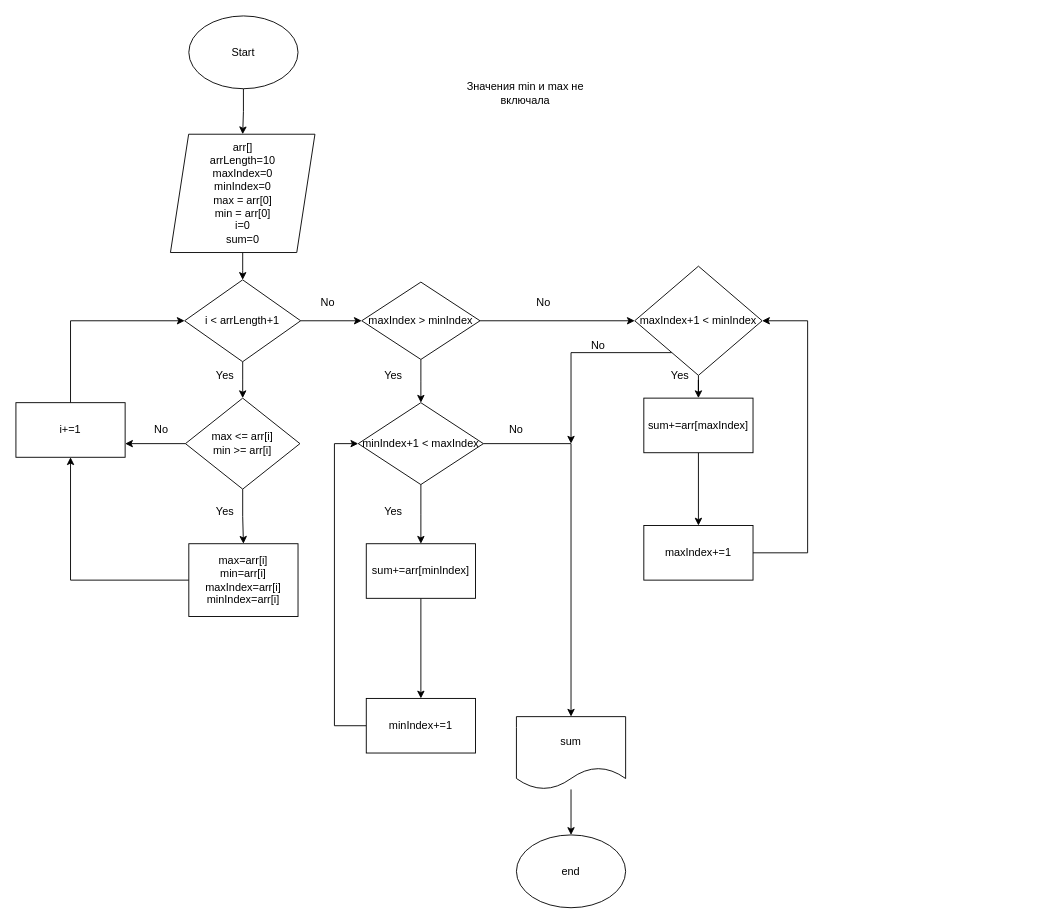
Earlier version of the draw.io diagram page "sum between" (2 of 3) of sum between max and min.drawio (Dioneer/Flowcharts). Source tidied: cells renumbered, new cells numbered last; positions are measured from the earlier drawing's top-left corner, leaving out a move shared by most shapes. Both pictures are drawn from the tidied source at 91%, with x=0, y=0 at pixel (15, 15).
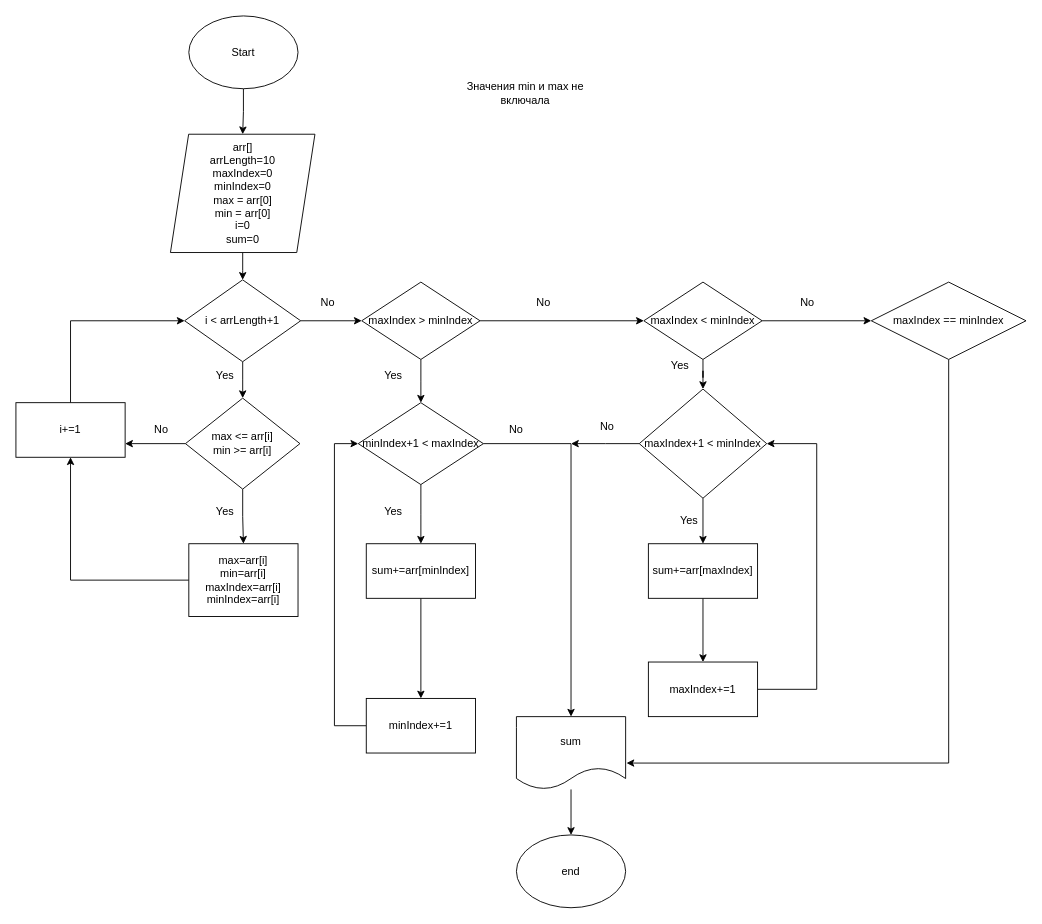
After the change.

The change refers to these unchanged cells:
```xml
<mxCell id="14" value="sum" style="shape=document;whiteSpace=wrap;html=1;boundedLbl=1;" parent="1" vertex="1">
  <mxGeometry x="550" y="770" width="120" height="80" as="geometry" />
</mxCell>
<mxCell id="25" value="maxIndex &amp;gt; minIndex" style="rhombus;whiteSpace=wrap;html=1;" parent="1" vertex="1">
  <mxGeometry x="380" y="292.5" width="130" height="85" as="geometry" />
</mxCell>
```

What changed in the source:
```diff
@@
-    <mxCell id="24" style="edgeStyle=orthogonalEdgeStyle;rounded=0;jettySize=auto;html=1;entryX=0;entryY=0.5;entryDx=0;entryDy=0;" parent="1" edge="1" source="25" target="43">
-      <mxGeometry relative="1" as="geometry" />
-    </mxCell>
+    <mxCell id="47" style="edgeStyle=orthogonalEdgeStyle;rounded=0;jettySize=auto;html=1;entryX=0;entryY=0.5;entryDx=0;entryDy=0;" parent="1" edge="1" source="25" target="51">
+      <mxGeometry relative="1" as="geometry" />
+    </mxCell>
@@
     <mxCell id="38" value="sum+=arr[maxIndex]" style="rounded=0;whiteSpace=wrap;html=1;" parent="1" vertex="1">
-      <mxGeometry x="690" y="420" width="120" height="60" as="geometry" />
+      <mxGeometry x="695" y="580" width="120" height="60" as="geometry" />
     </mxCell>
     <mxCell id="39" style="edgeStyle=orthogonalEdgeStyle;rounded=0;jettySize=auto;html=1;entryX=1;entryY=0.5;entryDx=0;entryDy=0;" parent="1" edge="1" source="40" target="43">
       <mxGeometry relative="1" as="geometry">
         <Array as="points">
-          <mxPoint x="870" y="590" />
-          <mxPoint x="870" y="335" />
+          <mxPoint x="880" y="740" />
+          <mxPoint x="880" y="470" />
         </Array>
       </mxGeometry>
     </mxCell>
     <mxCell id="40" value="maxIndex+=1" style="rounded=0;whiteSpace=wrap;html=1;" parent="1" vertex="1">
-      <mxGeometry x="690" y="560" width="120" height="60" as="geometry" />
+      <mxGeometry x="695" y="710" width="120" height="60" as="geometry" />
     </mxCell>
@@
-    <mxCell id="42" style="edgeStyle=orthogonalEdgeStyle;rounded=0;jettySize=auto;html=1;" parent="1" edge="1" source="43">
-      <mxGeometry relative="1" as="geometry">
-        <mxPoint x="610" y="470" as="targetPoint" />
-        <Array as="points">
-          <mxPoint x="610" y="370" />
-        </Array>
-      </mxGeometry>
-    </mxCell>
+    <mxCell id="48" style="edgeStyle=orthogonalEdgeStyle;rounded=0;jettySize=auto;html=1;" parent="1" edge="1" source="43">
+      <mxGeometry relative="1" as="geometry">
+        <mxPoint x="610" y="470" as="targetPoint" />
+      </mxGeometry>
+    </mxCell>
     <mxCell id="43" value="maxIndex+1 &amp;lt; minIndex" style="rhombus;whiteSpace=wrap;html=1;" parent="1" vertex="1">
-      <mxGeometry x="680" y="275" width="140" height="120" as="geometry" />
+      <mxGeometry x="685" y="410" width="140" height="120" as="geometry" />
     </mxCell>
     <mxCell id="44" value="Yes" style="text;html=1;strokeColor=none;fillColor=none;align=center;verticalAlign=middle;whiteSpace=wrap;rounded=0;" parent="1" vertex="1">
-      <mxGeometry x="700" y="380" width="60" height="30" as="geometry" />
+      <mxGeometry x="710" y="550" width="60" height="10" as="geometry" />
     </mxCell>
     <mxCell id="45" value="No" style="text;html=1;strokeColor=none;fillColor=none;align=center;verticalAlign=middle;whiteSpace=wrap;rounded=0;" parent="1" vertex="1">
-      <mxGeometry x="610" y="347.5" width="60" height="30" as="geometry" />
+      <mxGeometry x="620" y="420" width="60" height="62.5" as="geometry" />
     </mxCell>
@@
+    <mxCell id="49" style="edgeStyle=orthogonalEdgeStyle;rounded=0;jettySize=auto;html=1;" parent="1" edge="1" source="51" target="43">
+      <mxGeometry relative="1" as="geometry" />
+    </mxCell>
+    <mxCell id="50" style="edgeStyle=orthogonalEdgeStyle;rounded=0;jettySize=auto;html=1;entryX=0;entryY=0.5;entryDx=0;entryDy=0;" parent="1" edge="1" source="51" target="54">
+      <mxGeometry relative="1" as="geometry" />
+    </mxCell>
+    <mxCell id="51" value="maxIndex &amp;lt; minIndex" style="rhombus;whiteSpace=wrap;html=1;" parent="1" vertex="1">
+      <mxGeometry x="690" y="292.5" width="130" height="85" as="geometry" />
+    </mxCell>
+    <mxCell id="52" value="Yes" style="text;html=1;strokeColor=none;fillColor=none;align=center;verticalAlign=middle;whiteSpace=wrap;rounded=0;" parent="1" vertex="1">
+      <mxGeometry x="700" y="380" width="60" height="10" as="geometry" />
+    </mxCell>
+    <mxCell id="53" style="edgeStyle=orthogonalEdgeStyle;rounded=0;jettySize=auto;html=1;entryX=1.008;entryY=0.638;entryDx=0;entryDy=0;entryPerimeter=0;" parent="1" edge="1" source="54" target="14">
+      <mxGeometry relative="1" as="geometry">
+        <Array as="points">
+          <mxPoint x="1025" y="821" />
+        </Array>
+      </mxGeometry>
+    </mxCell>
+    <mxCell id="54" value="maxIndex == minIndex" style="rhombus;whiteSpace=wrap;html=1;" parent="1" vertex="1">
+      <mxGeometry x="940" y="292.5" width="170" height="85" as="geometry" />
+    </mxCell>
+    <mxCell id="55" value="No" style="text;html=1;align=center;verticalAlign=middle;whiteSpace=wrap;rounded=0;" parent="1" vertex="1">
+      <mxGeometry x="840" y="300" width="60" height="30" as="geometry" />
+    </mxCell>
```
